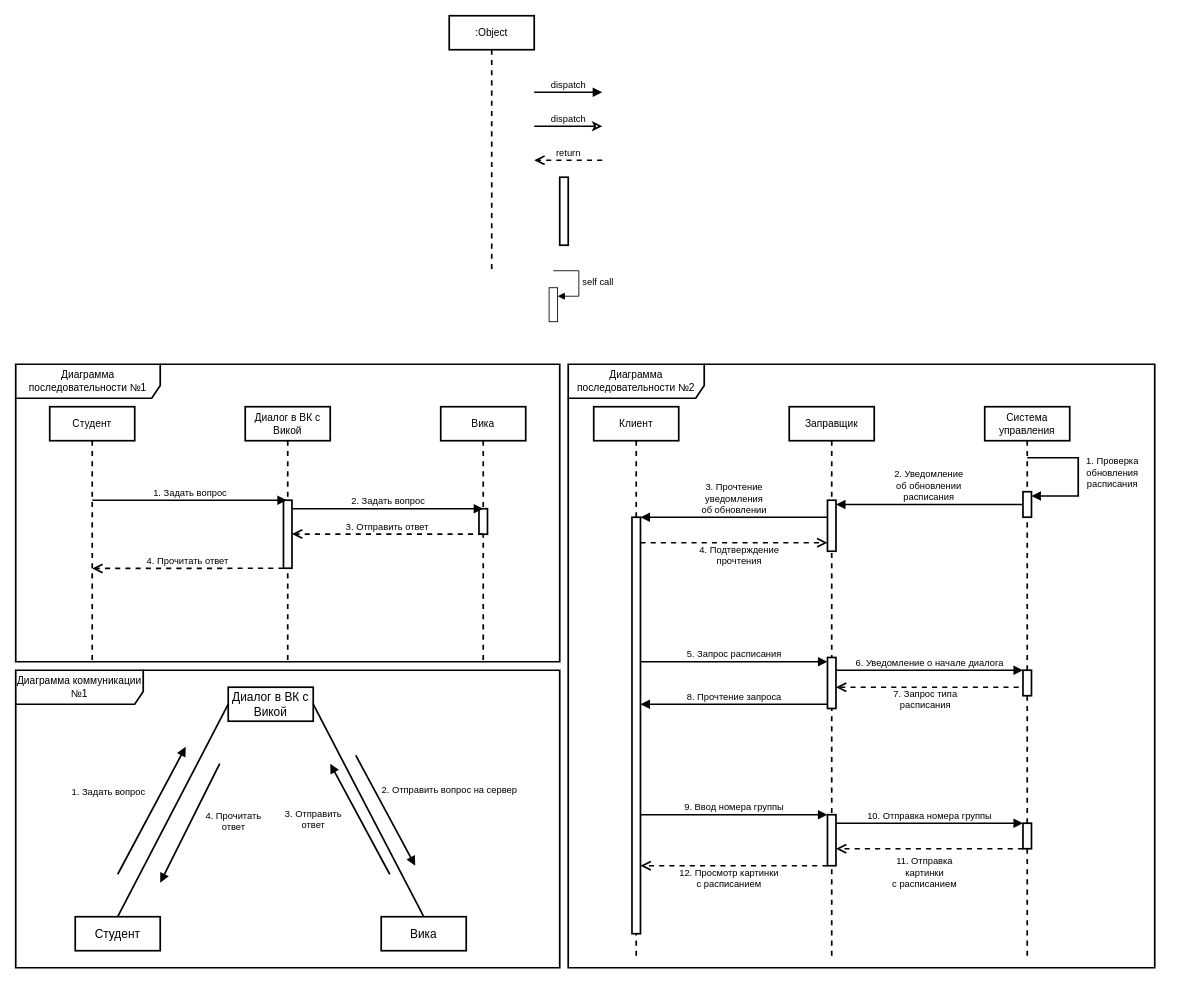
This is 1.drawio from Helpmepleaseitishard/Aikms, a draw.io file, before an edit. Source tidied: cells renumbered, new cells numbered last; positions are measured from the earlier drawing's top-left corner, leaving out a move shared by most shapes. Both pictures are drawn from the tidied source at 85%, with x=0, y=0 at pixel (15, 15).
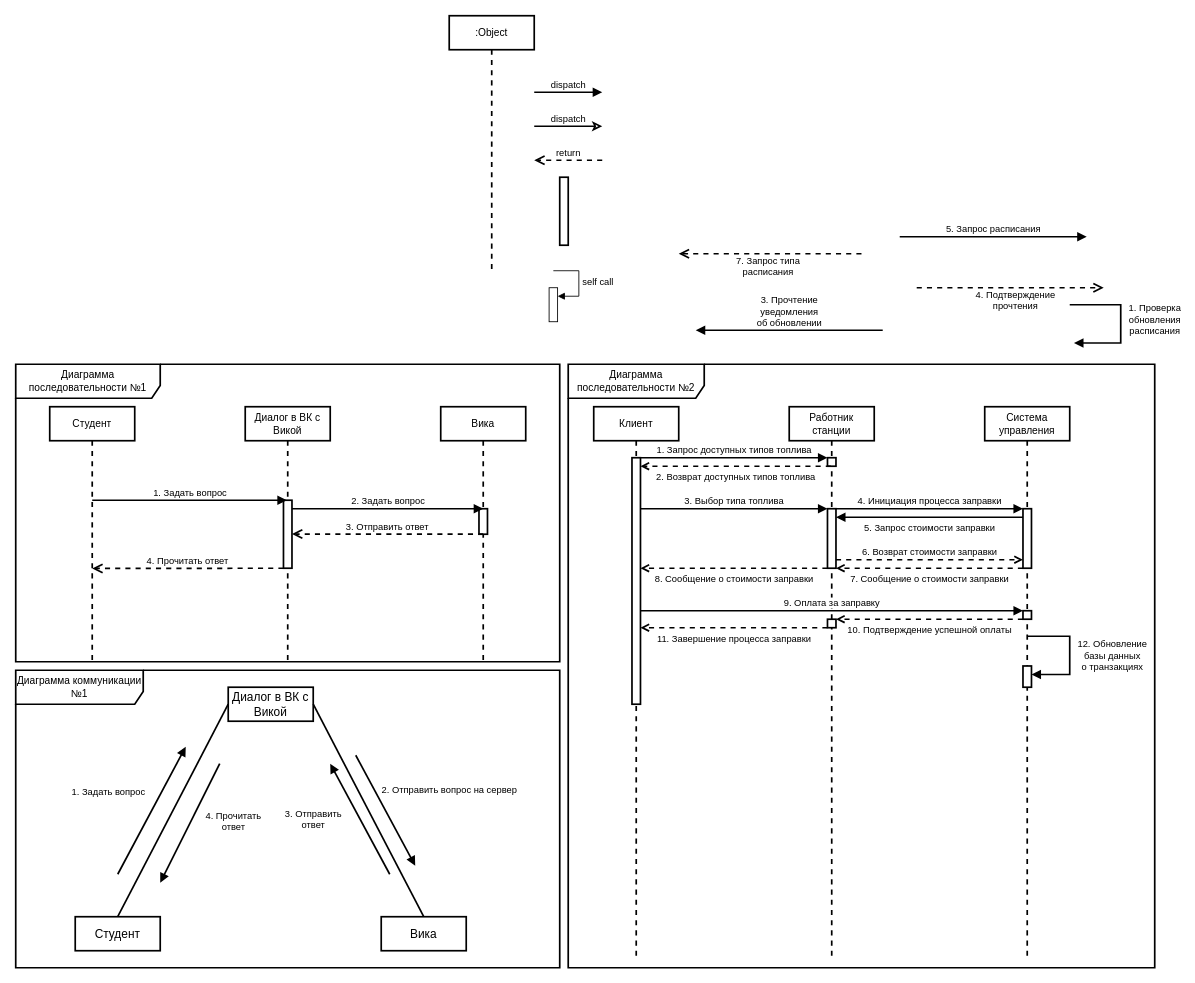
After the change.

The change refers to these unchanged cells:
```xml
<mxCell id="19" value="Клиент" style="shape=umlLifeline;perimeter=lifelinePerimeter;whiteSpace=wrap;html=1;newEdgeStyle={&quot;curved&quot;:0,&quot;rounded&quot;:0};strokeWidth=2;" parent="1" vertex="1">
  <mxGeometry x="680" y="460" width="100" height="650" as="geometry" />
</mxCell>
<mxCell id="25" value="Система управления" style="shape=umlLifeline;perimeter=lifelinePerimeter;whiteSpace=wrap;html=1;newEdgeStyle={&quot;curved&quot;:0,&quot;rounded&quot;:0};strokeWidth=2;" parent="1" vertex="1">
  <mxGeometry x="1140" y="460" width="100" height="650" as="geometry" />
</mxCell>
```

What changed in the source:
```diff
@@
     <mxCell id="20" style="html=1;points=[[0,0,0,0,5],[0,1,0,0,-5],[1,0,0,0,5],[1,1,0,0,-5]];perimeter=orthogonalPerimeter;outlineConnect=0;targetShapes=umlLifeline;portConstraint=eastwest;newEdgeStyle={&quot;curved&quot;:0,&quot;rounded&quot;:0};strokeWidth=2;" parent="19" vertex="1">
-      <mxGeometry x="45" y="130" width="10" height="490" as="geometry" />
+      <mxGeometry x="45" y="60" width="10" height="290" as="geometry" />
     </mxCell>
-    <mxCell id="21" value="Заправщик" style="shape=umlLifeline;perimeter=lifelinePerimeter;whiteSpace=wrap;html=1;outlineConnect=0;portConstraint=eastwest;newEdgeStyle={&quot;curved&quot;:0,&quot;rounded&quot;:0};strokeWidth=2;" parent="1" vertex="1">
+    <mxCell id="21" value="Работник станции" style="shape=umlLifeline;perimeter=lifelinePerimeter;whiteSpace=wrap;html=1;outlineConnect=0;portConstraint=eastwest;newEdgeStyle={&quot;curved&quot;:0,&quot;rounded&quot;:0};strokeWidth=2;" parent="1" vertex="1">
       <mxGeometry x="910" y="460" width="100" height="650" as="geometry" />
     </mxCell>
     <mxCell id="22" style="html=1;points=[[0,0,0,0,5],[0,1,0,0,-5],[1,0,0,0,5],[1,1,0,0,-5]];perimeter=orthogonalPerimeter;outlineConnect=0;targetShapes=umlLifeline;portConstraint=eastwest;newEdgeStyle={&quot;curved&quot;:0,&quot;rounded&quot;:0};strokeWidth=2;" parent="21" vertex="1">
-      <mxGeometry x="45" y="110" width="10" height="60" as="geometry" />
+      <mxGeometry x="45" y="60" width="10" height="10" as="geometry" />
     </mxCell>
     <mxCell id="23" style="html=1;points=[[0,0,0,0,5],[0,1,0,0,-5],[1,0,0,0,5],[1,1,0,0,-5]];perimeter=orthogonalPerimeter;outlineConnect=0;targetShapes=umlLifeline;portConstraint=eastwest;newEdgeStyle={&quot;curved&quot;:0,&quot;rounded&quot;:0};strokeWidth=2;" parent="21" vertex="1">
-      <mxGeometry x="45" y="295" width="10" height="60" as="geometry" />
+      <mxGeometry x="45" y="120" width="10" height="70" as="geometry" />
     </mxCell>
     <mxCell id="24" style="html=1;points=[[0,0,0,0,5],[0,1,0,0,-5],[1,0,0,0,5],[1,1,0,0,-5]];perimeter=orthogonalPerimeter;outlineConnect=0;targetShapes=umlLifeline;portConstraint=eastwest;newEdgeStyle={&quot;curved&quot;:0,&quot;rounded&quot;:0};strokeWidth=2;" parent="21" vertex="1">
-      <mxGeometry x="45" y="480" width="10" height="60" as="geometry" />
+      <mxGeometry x="45" y="250" width="10" height="10" as="geometry" />
     </mxCell>
@@
     <mxCell id="26" style="html=1;points=[[0,0,0,0,5],[0,1,0,0,-5],[1,0,0,0,5],[1,1,0,0,-5]];perimeter=orthogonalPerimeter;outlineConnect=0;targetShapes=umlLifeline;portConstraint=eastwest;newEdgeStyle={&quot;curved&quot;:0,&quot;rounded&quot;:0};strokeWidth=2;" parent="25" vertex="1">
-      <mxGeometry x="45" y="100" width="10" height="30" as="geometry" />
+      <mxGeometry x="45" y="120" width="10" height="70" as="geometry" />
     </mxCell>
     <mxCell id="27" style="html=1;points=[[0,0,0,0,5],[0,1,0,0,-5],[1,0,0,0,5],[1,1,0,0,-5]];perimeter=orthogonalPerimeter;outlineConnect=0;targetShapes=umlLifeline;portConstraint=eastwest;newEdgeStyle={&quot;curved&quot;:0,&quot;rounded&quot;:0};strokeWidth=2;" parent="25" vertex="1">
-      <mxGeometry x="45" y="310" width="10" height="30" as="geometry" />
+      <mxGeometry x="45" y="240" width="10" height="10" as="geometry" />
     </mxCell>
+    <mxCell id="52" value="12. Обновление &lt;br&gt;базы данных &lt;br&gt;о транзакциях" style="html=1;verticalAlign=bottom;endArrow=block;curved=0;rounded=0;strokeWidth=2;" parent="25" edge="1" target="28">
+      <mxGeometry x="0.36" y="-50" relative="1" as="geometry">
+        <mxPoint x="50" y="270" as="sourcePoint" />
+        <Array as="points">
+          <mxPoint x="50" y="270" />
+          <mxPoint x="100" y="270" />
+          <mxPoint x="100" y="315" />
+        </Array>
+        <mxPoint x="50" y="50" as="offset" />
+      </mxGeometry>
+    </mxCell>
     <mxCell id="28" style="html=1;points=[[0,0,0,0,5],[0,1,0,0,-5],[1,0,0,0,5],[1,1,0,0,-5]];perimeter=orthogonalPerimeter;outlineConnect=0;targetShapes=umlLifeline;portConstraint=eastwest;newEdgeStyle={&quot;curved&quot;:0,&quot;rounded&quot;:0};strokeWidth=2;" parent="25" vertex="1">
-      <mxGeometry x="45" y="490" width="10" height="30" as="geometry" />
+      <mxGeometry x="45" y="305" width="10" height="25" as="geometry" />
     </mxCell>
-    <mxCell id="29" value="&lt;div&gt;1. Проверка&lt;/div&gt;&lt;div&gt;обновления&lt;/div&gt;&lt;div&gt;расписания&lt;br&gt;&lt;/div&gt;" style="html=1;verticalAlign=bottom;endArrow=block;curved=0;rounded=0;strokeWidth=2;entryX=1;entryY=0;entryDx=0;entryDy=5;entryPerimeter=0;" parent="1" edge="1" target="26">
+    <mxCell id="29" value="&lt;div&gt;1. Проверка&lt;/div&gt;&lt;div&gt;обновления&lt;/div&gt;&lt;div&gt;расписания&lt;br&gt;&lt;/div&gt;" style="html=1;verticalAlign=bottom;endArrow=block;curved=0;rounded=0;strokeWidth=2;entryX=1;entryY=0;entryDx=0;entryDy=5;entryPerimeter=0;" parent="1" edge="1">
       <mxGeometry x="0.25" y="40" relative="1" as="geometry">
-        <mxPoint x="1190" y="520" as="sourcePoint" />
+        <mxPoint x="1240" y="340" as="sourcePoint" />
+        <mxPoint x="1245" y="385" as="targetPoint" />
         <Array as="points">
-          <mxPoint x="1250" y="520" />
-          <mxPoint x="1250" y="565" />
+          <mxPoint x="1300" y="340" />
+          <mxPoint x="1300" y="385" />
         </Array>
       </mxGeometry>
     </mxCell>
-    <mxCell id="30" value="&lt;div&gt;2. Уведомление&lt;/div&gt;&lt;div&gt;об обновлении&lt;/div&gt;&lt;div&gt;расписания&lt;br&gt;&lt;/div&gt;" style="html=1;verticalAlign=bottom;endArrow=block;curved=0;rounded=0;strokeWidth=2;entryX=1;entryY=0;entryDx=0;entryDy=5;entryPerimeter=0;" parent="1" edge="1" target="22">
-      <mxGeometry relative="1" as="geometry">
-        <mxPoint x="1184" y="575" as="sourcePoint" />
-      </mxGeometry>
-    </mxCell>
-    <mxCell id="31" value="&lt;div&gt;3. Прочтение&lt;/div&gt;&lt;div&gt;уведомления&lt;/div&gt;&lt;div&gt;об обновлении&lt;br&gt;&lt;/div&gt;" style="html=1;verticalAlign=bottom;endArrow=block;curved=0;rounded=0;strokeWidth=2;" parent="1" edge="1" source="22" target="20">
+    <mxCell id="31" value="&lt;div&gt;3. Прочтение&lt;/div&gt;&lt;div&gt;уведомления&lt;/div&gt;&lt;div&gt;об обновлении&lt;br&gt;&lt;/div&gt;" style="html=1;verticalAlign=bottom;endArrow=block;curved=0;rounded=0;strokeWidth=2;" parent="1" edge="1">
       <mxGeometry relative="1" as="geometry">
+        <mxPoint x="1020" y="370" as="sourcePoint" />
+        <mxPoint x="800" y="370" as="targetPoint" />
         <Array as="points">
-          <mxPoint x="910" y="590" />
+          <mxPoint x="975" y="370" />
         </Array>
       </mxGeometry>
     </mxCell>
     <mxCell id="32" value="&lt;div&gt;4. Подтверждение&lt;/div&gt;&lt;div&gt;прочтения&lt;br&gt;&lt;/div&gt;" style="html=1;verticalAlign=bottom;endArrow=open;dashed=1;endSize=8;curved=0;rounded=0;strokeWidth=2;" parent="1" edge="1">
       <mxGeometry x="0.05" y="-30" relative="1" as="geometry">
-        <mxPoint x="735" y="620" as="sourcePoint" />
-        <mxPoint x="955" y="620" as="targetPoint" />
+        <mxPoint x="1060" y="320" as="sourcePoint" />
+        <mxPoint x="1280" y="320" as="targetPoint" />
       </mxGeometry>
     </mxCell>
-    <mxCell id="33" value="5. Запрос расписания" style="html=1;verticalAlign=bottom;endArrow=block;curved=0;rounded=0;strokeWidth=2;" parent="1" edge="1" source="20" target="23">
+    <mxCell id="33" value="5. Запрос расписания" style="html=1;verticalAlign=bottom;endArrow=block;curved=0;rounded=0;strokeWidth=2;" parent="1" edge="1">
       <mxGeometry relative="1" as="geometry">
+        <mxPoint x="1040" y="260" as="sourcePoint" />
+        <mxPoint x="1260" y="260" as="targetPoint" />
         <Array as="points">
-          <mxPoint x="845" y="760" />
+          <mxPoint x="1150" y="260" />
         </Array>
       </mxGeometry>
     </mxCell>
-    <mxCell id="34" value="6. Уведомление о начале диалога" style="html=1;verticalAlign=bottom;endArrow=block;curved=0;rounded=0;strokeWidth=2;" parent="1" edge="1">
-      <mxGeometry relative="1" as="geometry">
-        <mxPoint x="965" y="770" as="sourcePoint" />
-        <mxPoint x="1185" y="770" as="targetPoint" />
-      </mxGeometry>
-    </mxCell>
     <mxCell id="35" value="&lt;div&gt;7. Запрос типа&lt;/div&gt;&lt;div&gt;расписания&lt;/div&gt;" style="html=1;verticalAlign=bottom;endArrow=open;dashed=1;endSize=8;curved=0;rounded=0;strokeWidth=2;" parent="1" edge="1">
       <mxGeometry x="0.02" y="30" relative="1" as="geometry">
-        <mxPoint x="1180" y="790" as="sourcePoint" />
-        <mxPoint x="965" y="790" as="targetPoint" />
+        <mxPoint x="995" y="280" as="sourcePoint" />
+        <mxPoint x="780" y="280" as="targetPoint" />
       </mxGeometry>
     </mxCell>
-    <mxCell id="36" value="8. Прочтение запроса" style="html=1;verticalAlign=bottom;endArrow=block;curved=0;rounded=0;strokeWidth=2;" parent="1" edge="1" source="23" target="20">
-      <mxGeometry relative="1" as="geometry">
-        <Array as="points">
-          <mxPoint x="920" y="810" />
-        </Array>
-      </mxGeometry>
-    </mxCell>
-    <mxCell id="37" value="9. Ввод номера группы" style="html=1;verticalAlign=bottom;endArrow=block;curved=0;rounded=0;strokeWidth=2;" parent="1" edge="1" source="20" target="24">
-      <mxGeometry relative="1" as="geometry">
-        <Array as="points">
-          <mxPoint x="850" y="940" />
-        </Array>
-      </mxGeometry>
-    </mxCell>
-    <mxCell id="38" value="10. Отправка номера группы" style="html=1;verticalAlign=bottom;endArrow=block;curved=0;rounded=0;strokeWidth=2;" parent="1" edge="1">
-      <mxGeometry relative="1" as="geometry">
-        <mxPoint x="965" y="950" as="sourcePoint" />
-        <mxPoint x="1185" y="950" as="targetPoint" />
-      </mxGeometry>
-    </mxCell>
-    <mxCell id="39" value="&lt;div&gt;11. Отправка&lt;/div&gt;&lt;div&gt;картинки&lt;/div&gt;&lt;div&gt;с расписанием&lt;/div&gt;" style="html=1;verticalAlign=bottom;endArrow=open;dashed=1;endSize=8;curved=0;rounded=0;strokeWidth=2;" parent="1" edge="1">
-      <mxGeometry x="0.05" y="50" relative="1" as="geometry">
-        <mxPoint x="1185" y="980" as="sourcePoint" />
-        <mxPoint x="965" y="980" as="targetPoint" />
-      </mxGeometry>
-    </mxCell>
-    <mxCell id="40" value="&lt;div&gt;12. Просмотр картинки&lt;/div&gt;&lt;div&gt;с расписанием&lt;/div&gt;" style="html=1;verticalAlign=bottom;endArrow=open;dashed=1;endSize=8;curved=0;rounded=0;strokeWidth=2;" parent="1" edge="1" source="24" target="20">
-      <mxGeometry x="0.05" y="31" relative="1" as="geometry">
-        <Array as="points">
-          <mxPoint x="860" y="1000" />
-        </Array>
-      </mxGeometry>
-    </mxCell>
@@
+    <mxCell id="53" value="1. Запрос доступных типов топлива" style="html=1;verticalAlign=bottom;endArrow=block;curved=0;rounded=0;strokeWidth=2;" parent="1" edge="1">
+      <mxGeometry relative="1" as="geometry">
+        <mxPoint x="735" y="520" as="sourcePoint" />
+        <mxPoint x="955" y="520" as="targetPoint" />
+      </mxGeometry>
+    </mxCell>
+    <mxCell id="54" value="2. Возврат доступных типов топлива" style="html=1;verticalAlign=top;endArrow=open;curved=0;rounded=0;strokeWidth=2;dashed=1;endFill=0;" parent="1" edge="1" source="21" target="20">
+      <mxGeometry relative="1" as="geometry">
+        <Array as="points">
+          <mxPoint x="840" y="530" />
+        </Array>
+      </mxGeometry>
+    </mxCell>
+    <mxCell id="55" value="3. Выбор типа топлива" style="html=1;verticalAlign=bottom;endArrow=block;curved=0;rounded=0;strokeWidth=2;" parent="1" edge="1" source="20" target="23">
+      <mxGeometry relative="1" as="geometry">
+        <Array as="points">
+          <mxPoint x="850" y="580" />
+        </Array>
+      </mxGeometry>
+    </mxCell>
+    <mxCell id="56" value="4. Инициация процесса заправки" style="html=1;verticalAlign=bottom;endArrow=block;curved=0;rounded=0;strokeWidth=2;" parent="1" edge="1" source="23" target="26">
+      <mxGeometry relative="1" as="geometry">
+        <Array as="points">
+          <mxPoint x="1070" y="580" />
+        </Array>
+      </mxGeometry>
+    </mxCell>
+    <mxCell id="57" value="5. Запрос стоимости заправки" style="html=1;verticalAlign=top;endArrow=block;curved=0;rounded=0;strokeWidth=2;" parent="1" edge="1" source="26" target="23">
+      <mxGeometry relative="1" as="geometry">
+        <Array as="points">
+          <mxPoint x="1070" y="590" />
+        </Array>
+      </mxGeometry>
+    </mxCell>
+    <mxCell id="58" value="6. Возврат стоимости заправки" style="html=1;verticalAlign=bottom;endArrow=open;curved=0;rounded=0;strokeWidth=2;dashed=1;endFill=0;" parent="1" edge="1" source="23" target="26">
+      <mxGeometry relative="1" as="geometry">
+        <Array as="points">
+          <mxPoint x="1070" y="640" />
+        </Array>
+      </mxGeometry>
+    </mxCell>
+    <mxCell id="59" value="7. Сообщение о стоимости заправки" style="html=1;verticalAlign=top;endArrow=open;curved=0;rounded=0;strokeWidth=2;dashed=1;endFill=0;" parent="1" edge="1" source="26" target="23">
+      <mxGeometry relative="1" as="geometry">
+        <Array as="points">
+          <mxPoint x="1070" y="650" />
+        </Array>
+      </mxGeometry>
+    </mxCell>
+    <mxCell id="36" value="8. Сообщение о стоимости заправки" style="html=1;verticalAlign=top;endArrow=open;curved=0;rounded=0;strokeWidth=2;endFill=0;dashed=1;" parent="1" edge="1" source="23" target="20">
+      <mxGeometry relative="1" as="geometry">
+        <Array as="points">
+          <mxPoint x="840" y="650" />
+        </Array>
+      </mxGeometry>
+    </mxCell>
+    <mxCell id="60" value="9. Оплата за заправку" style="html=1;verticalAlign=bottom;endArrow=block;curved=0;rounded=0;strokeWidth=2;" parent="1" edge="1" source="20" target="27">
+      <mxGeometry relative="1" as="geometry">
+        <Array as="points">
+          <mxPoint x="840" y="700" />
+        </Array>
+      </mxGeometry>
+    </mxCell>
+    <mxCell id="61" value="10. Подтверждение успешной оплаты" style="html=1;verticalAlign=top;endArrow=open;curved=0;rounded=0;strokeWidth=2;dashed=1;endFill=0;" parent="1" edge="1" source="27" target="24">
+      <mxGeometry relative="1" as="geometry" />
+    </mxCell>
+    <mxCell id="40" value="11. Завершение процесса заправки" style="html=1;verticalAlign=top;endArrow=open;curved=0;rounded=0;strokeWidth=2;dashed=1;endFill=0;" parent="1" edge="1" source="24" target="20">
+      <mxGeometry relative="1" as="geometry">
+        <Array as="points">
+          <mxPoint x="890" y="720" />
+        </Array>
+      </mxGeometry>
+    </mxCell>
```
